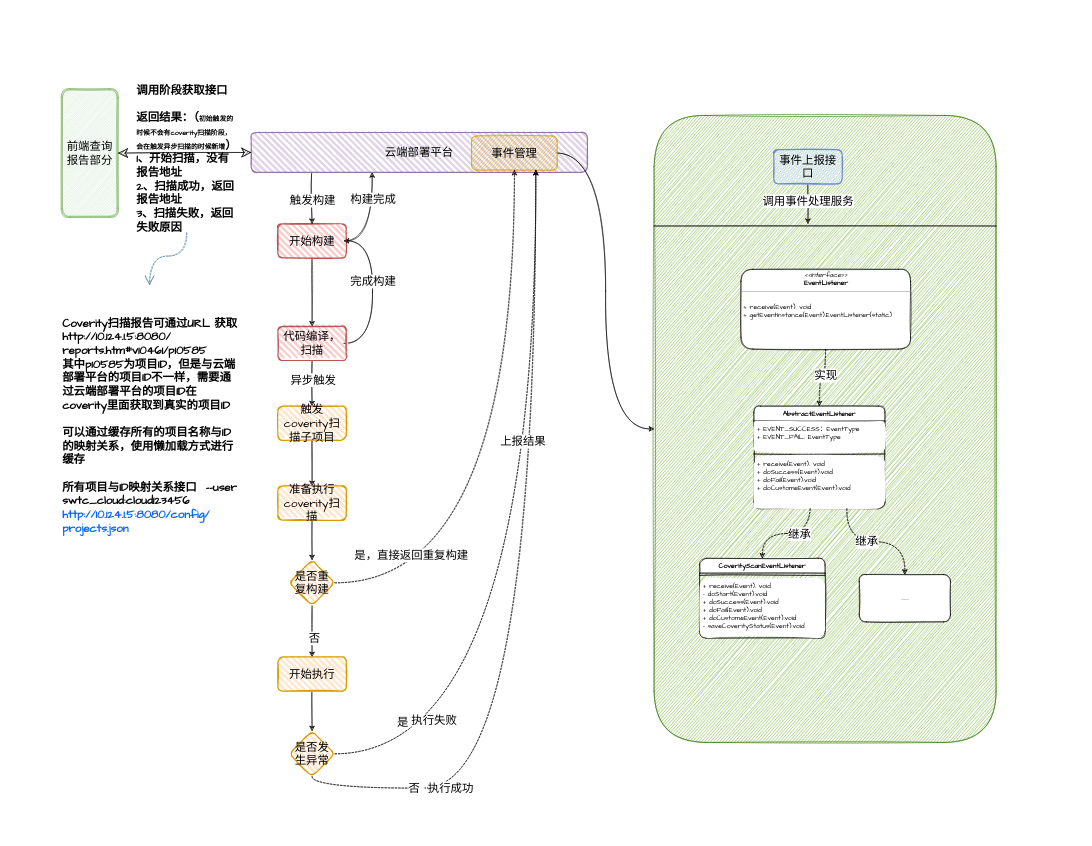
Before: 展示corvity报告.drawio in jenkinZhou/online-face, a draw.io diagram. Source tidied: cells renumbered, new cells numbered last; positions are measured from the earlier drawing's top-left corner, leaving out a move shared by most shapes. Both pictures are drawn from the tidied source at 57%, with x=0, y=0 at pixel (61, 80).
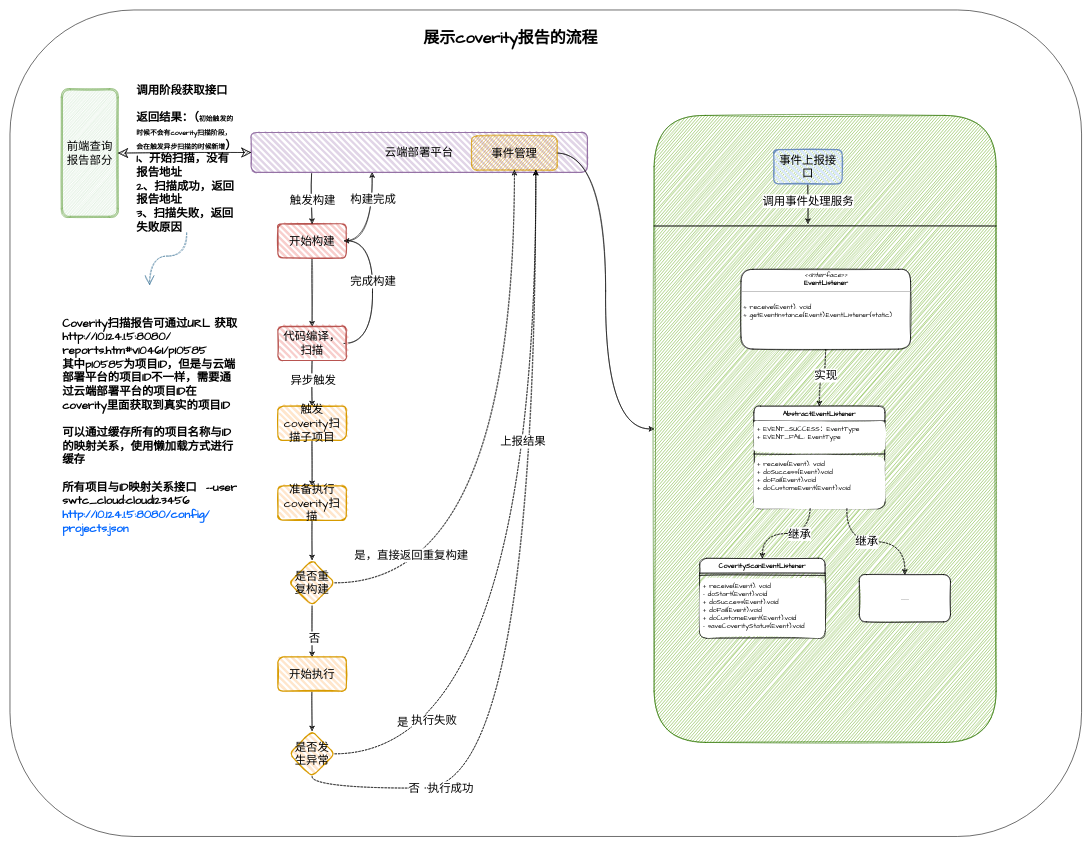
The same page after the edit.

Commit message:
更新展示corvity报告.drawio

What changed in the source:
```diff
@@
+    <mxCell id="60" style="rounded=1;whiteSpace=wrap;html=1;" parent="1" vertex="1">
+      <mxGeometry x="-90" y="-123" width="1880" height="1450" as="geometry" />
+    </mxCell>
@@
+    <mxCell id="61" value="&lt;font style=&quot;font-size: 28px;&quot;&gt;展示coverity报告的流程&lt;/font&gt;" style="text;strokeColor=none;fillColor=none;html=1;fontSize=24;fontStyle=1;verticalAlign=middle;align=center;fontFamily=Comic Sans MS;" parent="1" vertex="1">
+      <mxGeometry x="610" y="-108" width="355" height="70" as="geometry" />
+    </mxCell>
```
